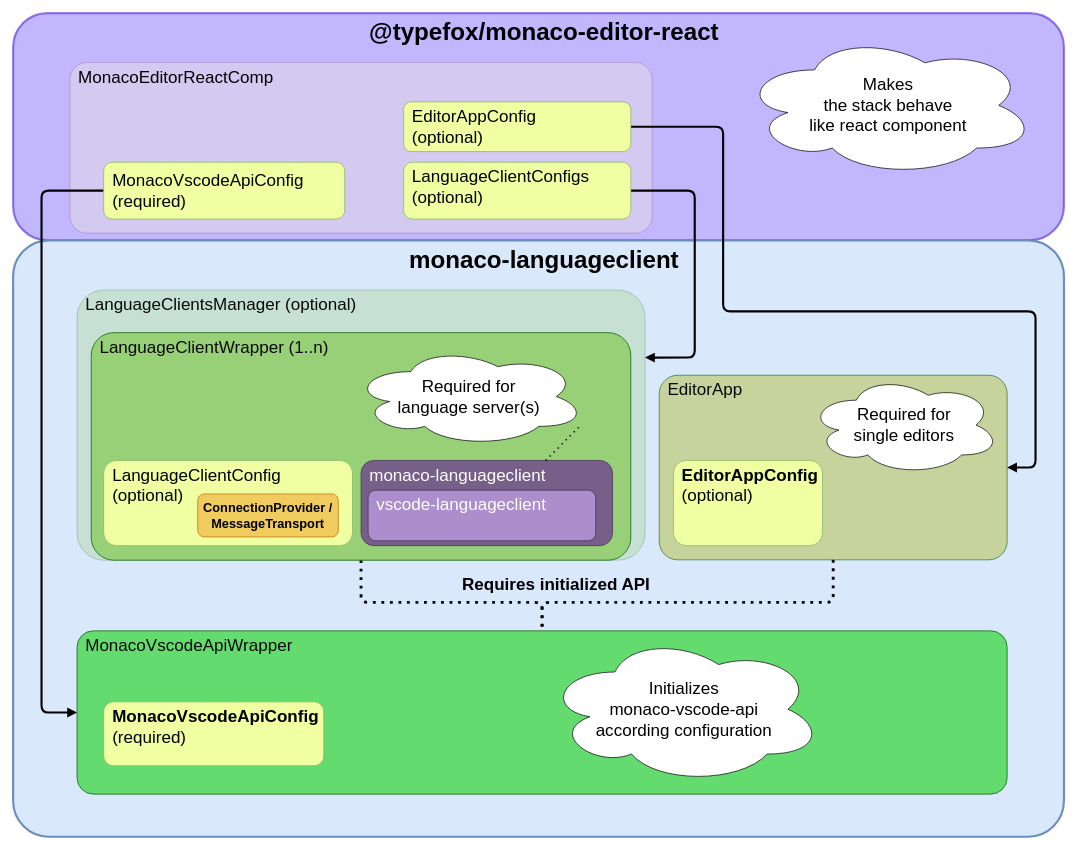
Before: docs/diagrams/mlc-details.drawio in TypeFox/monaco-languageclient, a draw.io diagram. Source tidied: cells renumbered, new cells numbered last; positions are measured from the earlier drawing's top-left corner, leaving out a move shared by most shapes. Both pictures are drawn from the tidied source at 71%, with x=0, y=0 at pixel (13, 13).
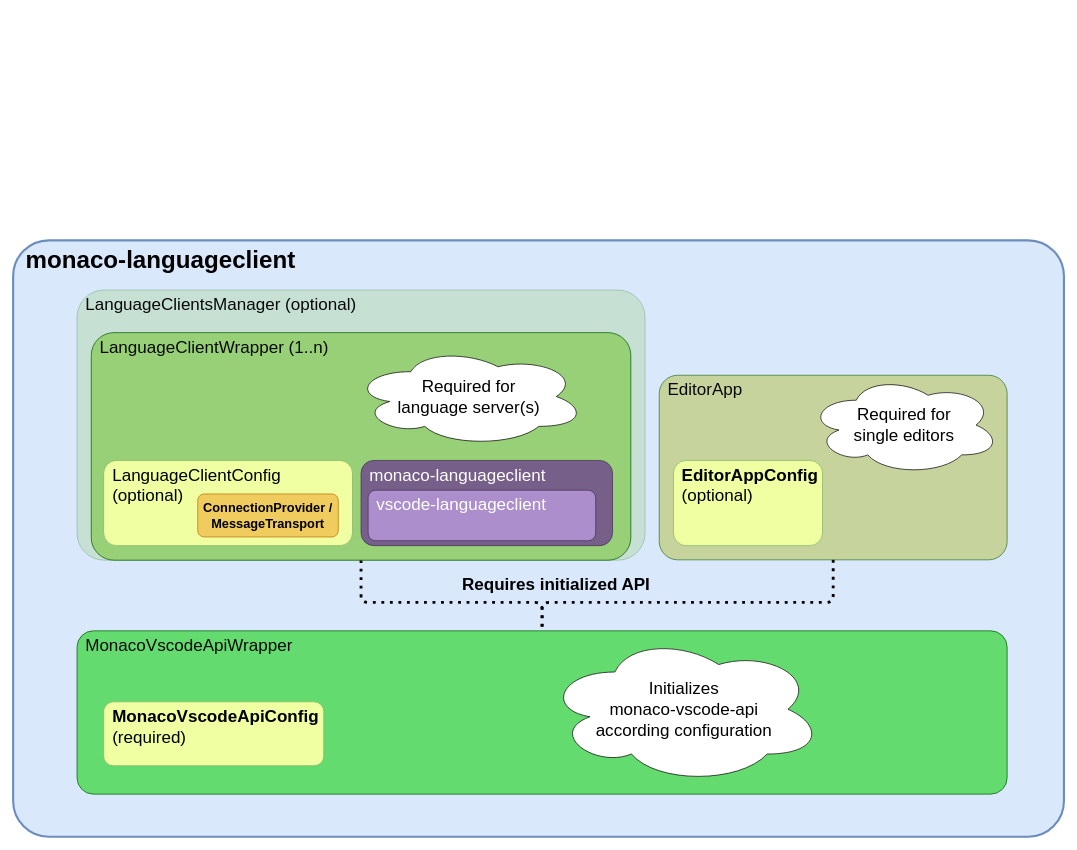
The same page after the edit.

Unchanged cells that the change refers to:
```xml
<mxCell id="6" value="&lt;font style=&quot;font-size: 24px;&quot;&gt;LanguageClientsManager (optional)&lt;/font&gt;" style="rounded=1;html=1;fillColor=light-dark(#97D077,#80CC80);strokeColor=#005700;fontColor=#090909;verticalAlign=top;arcSize=10;whiteSpace=wrap;align=left;spacingLeft=10;opacity=30;" parent="1" vertex="1">
  <mxGeometry x="90" y="390" width="800" height="380.5" as="geometry" />
</mxCell>
<mxCell id="9" value="&lt;font style=&quot;font-size: 24px;&quot;&gt;MonacoVscodeApiWrapper&lt;/font&gt;" style="rounded=1;html=1;fillColor=#64DB6F;strokeColor=#005700;fontColor=#090909;verticalAlign=top;arcSize=10;whiteSpace=wrap;align=left;spacingLeft=10;" parent="1" vertex="1">
  <mxGeometry x="90" y="870" width="1310" height="230" as="geometry" />
</mxCell>
<mxCell id="13" value="&lt;font style=&quot;font-size: 24px;&quot;&gt;EditorApp&lt;/font&gt;" style="rounded=1;html=1;fillColor=#C2CF86;strokeColor=#005700;fontColor=#090909;verticalAlign=top;arcSize=10;whiteSpace=wrap;align=left;spacingLeft=10;opacity=80;" parent="1" vertex="1">
  <mxGeometry x="910" y="510" width="490" height="260" as="geometry" />
</mxCell>
```

The edit, as a diff of the source:
```diff
@@
-    <mxCell id="2" value="&lt;font&gt;@typefox/monaco-editor-react&lt;/font&gt;" style="rounded=1;whiteSpace=wrap;html=1;fillColor=#866EFF;strokeColor=#3700CC;fontColor=light-dark(#000000, #121212);verticalAlign=top;opacity=50;fontStyle=1;fontSize=34;align=center;spacingLeft=16;strokeWidth=3;" parent="1" vertex="1">
-      <mxGeometry width="1480" height="320" as="geometry" />
-    </mxCell>
-    <mxCell id="3" value="&lt;font style=&quot;font-size: 24px;&quot;&gt;MonacoEditorReactComp&lt;/font&gt;" style="rounded=1;html=1;fillColor=#e1d5e7;strokeColor=#9673a6;verticalAlign=top;arcSize=10;whiteSpace=wrap;align=left;spacingLeft=10;opacity=60;" parent="1" vertex="1">
-      <mxGeometry x="80" y="69.5" width="820" height="240.5" as="geometry" />
-    </mxCell>
@@
-    <mxCell id="5" value="&lt;b&gt;&lt;font style=&quot;font-size: 34px;&quot;&gt;monaco-language&lt;span style=&quot;background-color: initial;&quot;&gt;client&lt;/span&gt;&lt;/font&gt;&lt;/b&gt;" style="rounded=1;whiteSpace=wrap;html=1;verticalAlign=top;fontSize=24;fillColor=#dae8fc;strokeColor=#6c8ebf;strokeWidth=3;arcSize=6;align=center;spacingLeft=16;" parent="1" vertex="1">
+    <mxCell id="5" value="&lt;b&gt;&lt;font style=&quot;font-size: 34px;&quot;&gt;monaco-language&lt;span style=&quot;background-color: initial;&quot;&gt;client&lt;/span&gt;&lt;/font&gt;&lt;/b&gt;" style="rounded=1;whiteSpace=wrap;html=1;verticalAlign=top;fontSize=24;fillColor=#dae8fc;strokeColor=#6c8ebf;strokeWidth=3;arcSize=6;align=left;spacingLeft=16;" parent="1" vertex="1">
       <mxGeometry y="320" width="1480" height="840" as="geometry" />
     </mxCell>
@@
-    <mxCell id="19" style="edgeStyle=orthogonalEdgeStyle;rounded=1;jettySize=auto;html=1;entryX=1;entryY=0.5;entryDx=0;entryDy=0;strokeWidth=3;endArrow=block;endFill=1;curved=0;" parent="1" edge="1" source="20" target="13">
-      <mxGeometry relative="1" as="geometry">
-        <Array as="points">
-          <mxPoint x="1000" y="160" />
-          <mxPoint x="1000" y="420" />
-          <mxPoint x="1440" y="420" />
-          <mxPoint x="1440" y="640" />
-        </Array>
-      </mxGeometry>
-    </mxCell>
-    <mxCell id="20" value="EditorAppConfig&lt;div&gt;(optional)&lt;/div&gt;" style="rounded=1;whiteSpace=wrap;html=1;fillColor=#EFFFA1;strokeColor=#82b366;fontSize=24;align=left;verticalAlign=middle;spacingLeft=10;" parent="1" vertex="1">
-      <mxGeometry x="550" y="125" width="320" height="70" as="geometry" />
-    </mxCell>
-    <mxCell id="21" style="edgeStyle=orthogonalEdgeStyle;rounded=1;jettySize=auto;html=1;entryX=0;entryY=0.5;entryDx=0;entryDy=0;strokeWidth=3;endArrow=block;endFill=1;exitX=0;exitY=0.5;exitDx=0;exitDy=0;curved=0;" parent="1" edge="1" source="22" target="9">
-      <mxGeometry relative="1" as="geometry">
-        <Array as="points">
-          <mxPoint x="40" y="250" />
-          <mxPoint x="40" y="985" />
-        </Array>
-      </mxGeometry>
-    </mxCell>
-    <mxCell id="22" value="&lt;font&gt;MonacoVscodeApiConfig&lt;/font&gt;&lt;div&gt;&lt;font&gt;(required)&lt;/font&gt;&lt;/div&gt;" style="rounded=1;whiteSpace=wrap;html=1;fillColor=#EFFFA1;strokeColor=#82b366;fontSize=24;verticalAlign=middle;align=left;spacingLeft=10;" parent="1" vertex="1">
-      <mxGeometry x="127.5" y="210" width="339.5" height="80" as="geometry" />
-    </mxCell>
-    <mxCell id="23" value="&lt;span style=&quot;text-wrap-mode: nowrap;&quot;&gt;Makes&lt;/span&gt;&lt;div&gt;&lt;span style=&quot;text-wrap-mode: nowrap;&quot;&gt;the stack behave&lt;/span&gt;&lt;/div&gt;&lt;div&gt;&lt;span style=&quot;text-wrap-mode: nowrap;&quot;&gt;like react&amp;nbsp;&lt;/span&gt;&lt;span style=&quot;text-wrap-mode: nowrap; background-color: transparent; color: light-dark(rgb(0, 0, 0), rgb(255, 255, 255));&quot;&gt;component&lt;/span&gt;&lt;/div&gt;" style="ellipse;shape=cloud;whiteSpace=wrap;html=1;fontSize=24;" parent="1" vertex="1">
-      <mxGeometry x="1025" y="30" width="415" height="200" as="geometry" />
-    </mxCell>
@@
-    <mxCell id="26" style="edgeStyle=orthogonalEdgeStyle;rounded=1;jettySize=auto;html=1;entryX=1;entryY=0.25;entryDx=0;entryDy=0;endArrow=block;endFill=1;strokeWidth=3;exitX=1;exitY=0.5;exitDx=0;exitDy=0;curved=0;" parent="1" edge="1" source="27" target="6">
-      <mxGeometry relative="1" as="geometry">
-        <Array as="points">
-          <mxPoint x="960" y="250" />
-          <mxPoint x="960" y="485" />
-        </Array>
-      </mxGeometry>
-    </mxCell>
-    <mxCell id="27" value="&lt;font&gt;LanguageClientConfigs&lt;/font&gt;&lt;div&gt;&lt;font&gt;(optional)&lt;/font&gt;&lt;/div&gt;" style="rounded=1;whiteSpace=wrap;html=1;fillColor=#EFFFA1;strokeColor=#82b366;fontSize=24;align=left;verticalAlign=top;spacingLeft=10;" parent="1" vertex="1">
-      <mxGeometry x="550" y="210" width="320" height="80" as="geometry" />
-    </mxCell>
@@
-    <mxCell id="29" style="endArrow=none;dashed=1;html=1;dashPattern=1 3;strokeWidth=2;rounded=0;" parent="1" edge="1">
-      <mxGeometry relative="1" as="geometry">
-        <mxPoint x="750" y="630" as="sourcePoint" />
-        <mxPoint x="800" y="580" as="targetPoint" />
-      </mxGeometry>
-    </mxCell>
```
